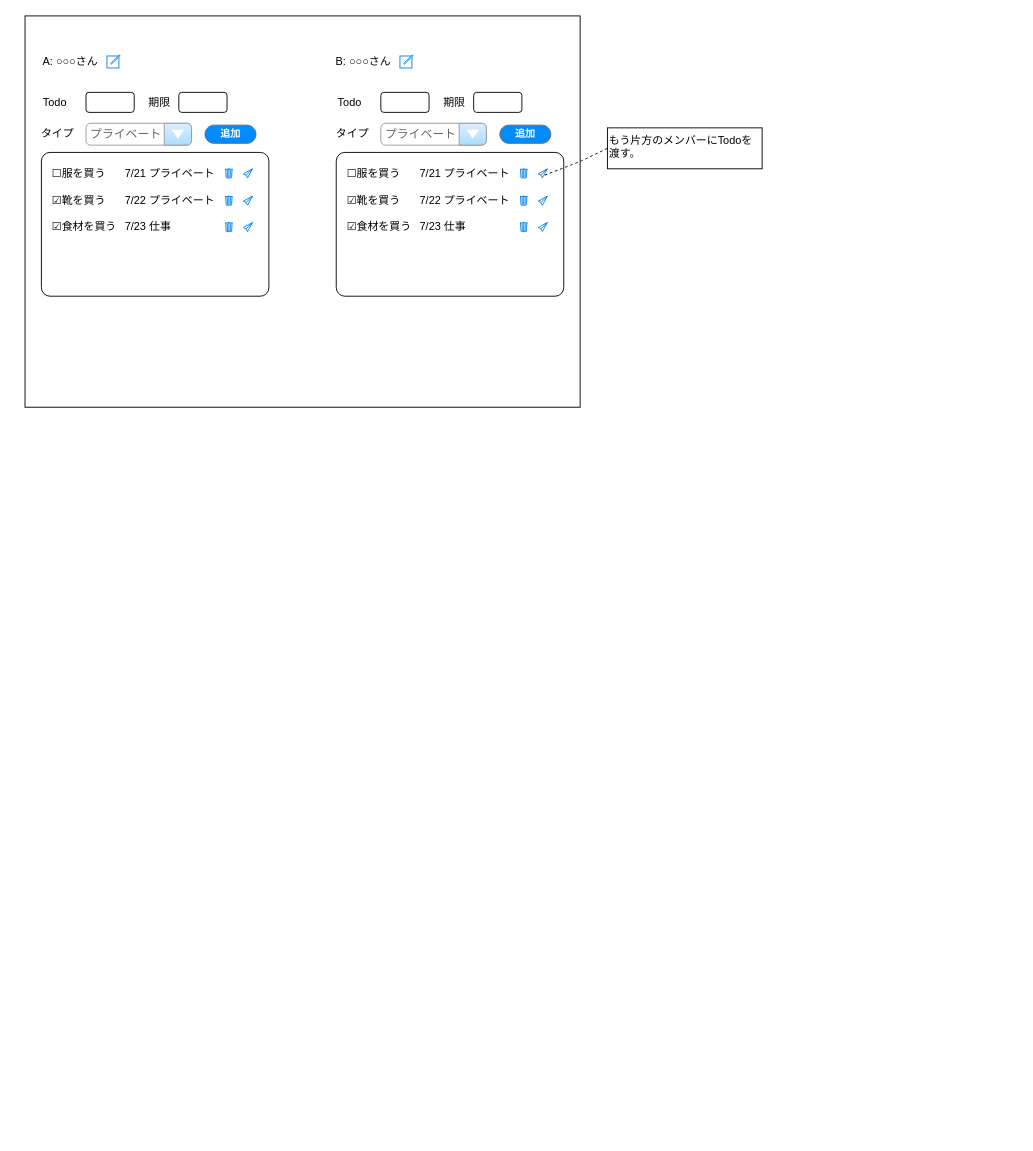
atman-33/system-dev-docs keeps this draw.io diagram as page "画面" (2 of 2) of ddd/ddd-sample-app-cs/docs/ドメインモデル.drawio. Above is the earlier version. Source tidied: cells renumbered, new cells numbered last; positions are measured from the earlier drawing's top-left corner, leaving out a move shared by most shapes. Both pictures are drawn from the tidied source at 91%, with x=0, y=0 at pixel (25, 15).
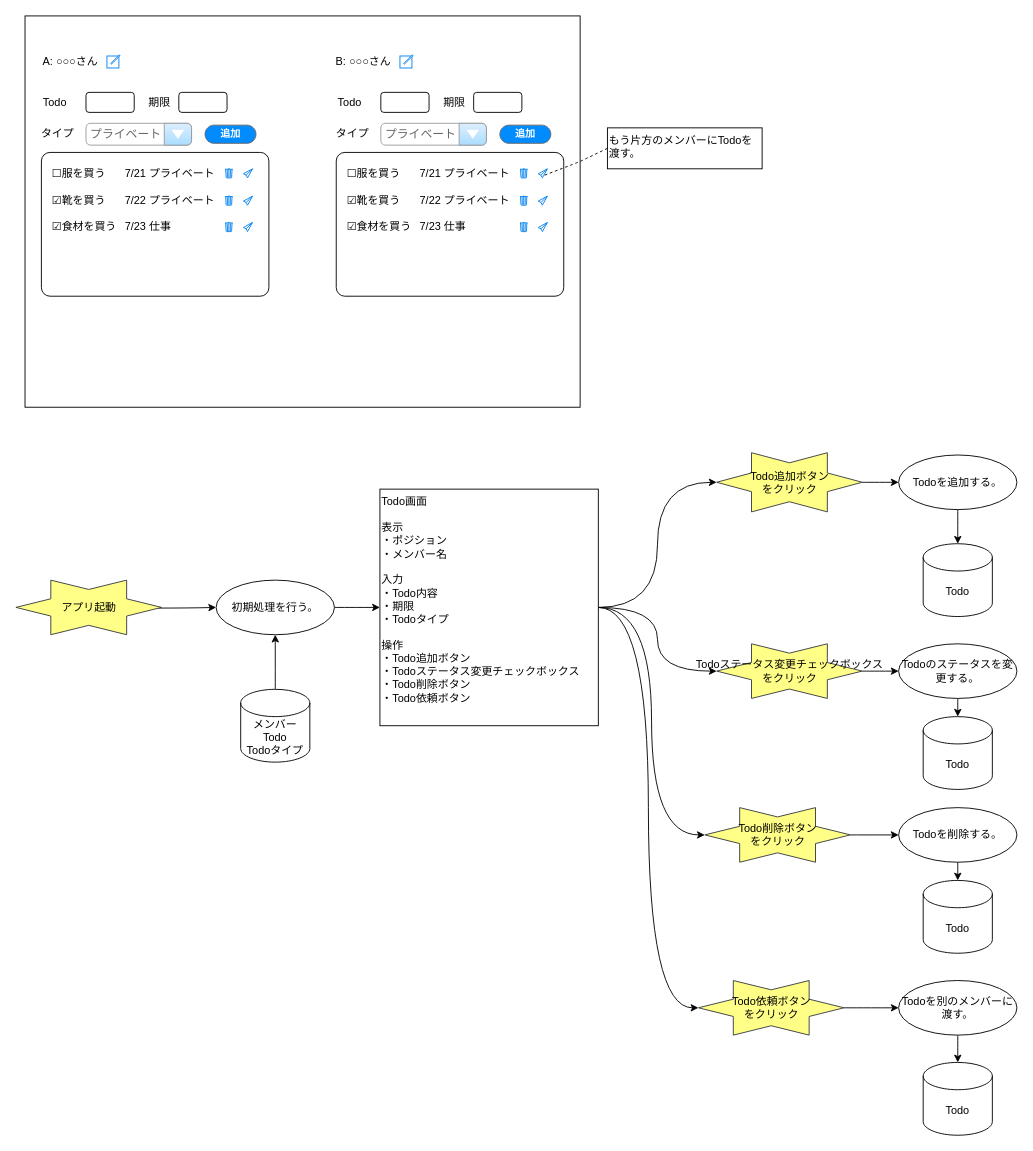
The same page after the edit.

Change to the diagram source:
```diff
@@
+    <mxCell id="39" style="edgeStyle=orthogonalEdgeStyle;curved=1;html=1;exitX=1;exitY=0.5;exitDx=0;exitDy=0;entryX=0;entryY=0.5;entryDx=0;entryDy=0;entryPerimeter=0;endArrow=classic;endFill=1;" parent="1" edge="1" source="43" target="63">
+      <mxGeometry relative="1" as="geometry" />
+    </mxCell>
+    <mxCell id="40" style="edgeStyle=orthogonalEdgeStyle;curved=1;html=1;exitX=1;exitY=0.5;exitDx=0;exitDy=0;entryX=0;entryY=0.5;entryDx=0;entryDy=0;entryPerimeter=0;endArrow=classic;endFill=1;" parent="1" edge="1" source="43" target="65">
+      <mxGeometry relative="1" as="geometry" />
+    </mxCell>
+    <mxCell id="41" style="edgeStyle=orthogonalEdgeStyle;curved=1;html=1;exitX=1;exitY=0.5;exitDx=0;exitDy=0;entryX=0;entryY=0.5;entryDx=0;entryDy=0;entryPerimeter=0;endArrow=classic;endFill=1;" parent="1" edge="1" source="43" target="67">
+      <mxGeometry relative="1" as="geometry" />
+    </mxCell>
+    <mxCell id="42" style="edgeStyle=orthogonalEdgeStyle;curved=1;html=1;exitX=1;exitY=0.5;exitDx=0;exitDy=0;entryX=0;entryY=0.5;entryDx=0;entryDy=0;entryPerimeter=0;endArrow=classic;endFill=1;" parent="1" edge="1" source="43" target="69">
+      <mxGeometry relative="1" as="geometry" />
+    </mxCell>
+    <mxCell id="43" value="Todo画面&lt;br&gt;&lt;br&gt;表示&lt;br&gt;・ポジション&lt;br&gt;・メンバー名&lt;br&gt;&lt;br&gt;入力&lt;br&gt;・Todo内容&lt;br&gt;・期限&lt;br&gt;・Todoタイプ&lt;br&gt;&lt;br&gt;操作&lt;br&gt;・Todo追加ボタン&lt;br&gt;・Todoステータス変更チェックボックス&lt;br&gt;・Todo削除ボタン&lt;br&gt;・Todo依頼ボタン" style="rounded=0;whiteSpace=wrap;html=1;align=left;verticalAlign=top;" parent="1" vertex="1">
+      <mxGeometry x="390" y="520" width="240" height="260" as="geometry" />
+    </mxCell>
+    <mxCell id="44" style="edgeStyle=orthogonalEdgeStyle;html=1;exitX=0.966;exitY=0.512;exitDx=0;exitDy=0;exitPerimeter=0;entryX=0;entryY=0.5;entryDx=0;entryDy=0;endArrow=classic;endFill=1;curved=1;" parent="1" edge="1" source="61" target="46">
+      <mxGeometry relative="1" as="geometry" />
+    </mxCell>
+    <mxCell id="45" style="edgeStyle=orthogonalEdgeStyle;curved=1;html=1;exitX=1;exitY=0.5;exitDx=0;exitDy=0;entryX=0;entryY=0.5;entryDx=0;entryDy=0;endArrow=classic;endFill=1;" parent="1" edge="1" source="46" target="43">
+      <mxGeometry relative="1" as="geometry" />
+    </mxCell>
+    <mxCell id="46" value="初期処理を行う。" style="ellipse;whiteSpace=wrap;html=1;" parent="1" vertex="1">
+      <mxGeometry x="210" y="620" width="130" height="60" as="geometry" />
+    </mxCell>
+    <mxCell id="47" style="edgeStyle=orthogonalEdgeStyle;html=1;exitX=0.5;exitY=0;exitDx=0;exitDy=0;exitPerimeter=0;entryX=0.5;entryY=1;entryDx=0;entryDy=0;endArrow=classic;endFill=1;curved=1;" parent="1" edge="1" source="48" target="46">
+      <mxGeometry relative="1" as="geometry" />
+    </mxCell>
+    <mxCell id="48" value="メンバー&lt;br&gt;Todo&lt;br&gt;Todoタイプ" style="shape=cylinder3;whiteSpace=wrap;html=1;boundedLbl=1;backgroundOutline=1;size=15;" parent="1" vertex="1">
+      <mxGeometry x="237" y="740" width="76" height="80" as="geometry" />
+    </mxCell>
+    <mxCell id="49" style="edgeStyle=orthogonalEdgeStyle;curved=1;html=1;exitX=0.5;exitY=1;exitDx=0;exitDy=0;entryX=0.5;entryY=0;entryDx=0;entryDy=0;entryPerimeter=0;endArrow=classic;endFill=1;" parent="1" edge="1" source="50" target="57">
+      <mxGeometry relative="1" as="geometry" />
+    </mxCell>
+    <mxCell id="50" value="Todoを追加する。" style="ellipse;whiteSpace=wrap;html=1;" parent="1" vertex="1">
+      <mxGeometry x="960" y="482.5" width="130" height="60" as="geometry" />
+    </mxCell>
+    <mxCell id="51" style="edgeStyle=orthogonalEdgeStyle;curved=1;html=1;exitX=0.5;exitY=1;exitDx=0;exitDy=0;entryX=0.5;entryY=0;entryDx=0;entryDy=0;entryPerimeter=0;endArrow=classic;endFill=1;" parent="1" edge="1" source="52" target="58">
+      <mxGeometry relative="1" as="geometry" />
+    </mxCell>
+    <mxCell id="52" value="Todoのステータスを変更する。" style="ellipse;whiteSpace=wrap;html=1;" parent="1" vertex="1">
+      <mxGeometry x="960" y="690" width="130" height="60" as="geometry" />
+    </mxCell>
+    <mxCell id="53" style="edgeStyle=orthogonalEdgeStyle;curved=1;html=1;exitX=0.5;exitY=1;exitDx=0;exitDy=0;endArrow=classic;endFill=1;" parent="1" edge="1" source="54" target="59">
+      <mxGeometry relative="1" as="geometry" />
+    </mxCell>
+    <mxCell id="54" value="Todoを削除する。" style="ellipse;whiteSpace=wrap;html=1;" parent="1" vertex="1">
+      <mxGeometry x="960" y="870" width="130" height="60" as="geometry" />
+    </mxCell>
+    <mxCell id="55" style="edgeStyle=orthogonalEdgeStyle;curved=1;html=1;exitX=0.5;exitY=1;exitDx=0;exitDy=0;entryX=0.5;entryY=0;entryDx=0;entryDy=0;entryPerimeter=0;endArrow=classic;endFill=1;" parent="1" edge="1" source="56" target="60">
+      <mxGeometry relative="1" as="geometry" />
+    </mxCell>
+    <mxCell id="56" value="Todoを別のメンバーに渡す。" style="ellipse;whiteSpace=wrap;html=1;" parent="1" vertex="1">
+      <mxGeometry x="960" y="1060" width="130" height="60" as="geometry" />
+    </mxCell>
+    <mxCell id="57" value="Todo" style="shape=cylinder3;whiteSpace=wrap;html=1;boundedLbl=1;backgroundOutline=1;size=15;" parent="1" vertex="1">
+      <mxGeometry x="987" y="580" width="76" height="80" as="geometry" />
+    </mxCell>
+    <mxCell id="58" value="Todo" style="shape=cylinder3;whiteSpace=wrap;html=1;boundedLbl=1;backgroundOutline=1;size=15;" parent="1" vertex="1">
+      <mxGeometry x="987" y="770" width="76" height="80" as="geometry" />
+    </mxCell>
+    <mxCell id="59" value="Todo" style="shape=cylinder3;whiteSpace=wrap;html=1;boundedLbl=1;backgroundOutline=1;size=15;" parent="1" vertex="1">
+      <mxGeometry x="987" y="950" width="76" height="80" as="geometry" />
+    </mxCell>
+    <mxCell id="60" value="Todo" style="shape=cylinder3;whiteSpace=wrap;html=1;boundedLbl=1;backgroundOutline=1;size=15;" parent="1" vertex="1">
+      <mxGeometry x="987" y="1150" width="76" height="80" as="geometry" />
+    </mxCell>
+    <mxCell id="61" value="アプリ起動" style="verticalLabelPosition=middle;verticalAlign=middle;html=1;shape=mxgraph.basic.6_point_star;fillColor=#ffff88;strokeColor=#36393d;labelPosition=center;align=center;" parent="1" vertex="1">
+      <mxGeometry x="-10" y="620" width="160" height="60" as="geometry" />
+    </mxCell>
+    <mxCell id="62" style="edgeStyle=orthogonalEdgeStyle;curved=1;html=1;exitX=1;exitY=0.5;exitDx=0;exitDy=0;exitPerimeter=0;entryX=0;entryY=0.5;entryDx=0;entryDy=0;endArrow=classic;endFill=1;" parent="1" edge="1" source="63" target="50">
+      <mxGeometry relative="1" as="geometry" />
+    </mxCell>
+    <mxCell id="63" value="Todo追加ボタン&lt;br style=&quot;border-color: var(--border-color);&quot;&gt;をクリック" style="verticalLabelPosition=middle;verticalAlign=middle;html=1;shape=mxgraph.basic.6_point_star;fillColor=#ffff88;strokeColor=#36393d;labelPosition=center;align=center;" parent="1" vertex="1">
+      <mxGeometry x="760" y="480" width="160" height="65" as="geometry" />
+    </mxCell>
+    <mxCell id="64" style="edgeStyle=orthogonalEdgeStyle;curved=1;html=1;exitX=1;exitY=0.5;exitDx=0;exitDy=0;exitPerimeter=0;entryX=0;entryY=0.5;entryDx=0;entryDy=0;endArrow=classic;endFill=1;" parent="1" edge="1" source="65" target="52">
+      <mxGeometry relative="1" as="geometry" />
+    </mxCell>
+    <mxCell id="65" value="&lt;span style=&quot;border-color: var(--border-color); text-align: left;&quot;&gt;Todoステータス変更チェックボックス&lt;/span&gt;&lt;br style=&quot;border-color: var(--border-color);&quot;&gt;をクリック" style="verticalLabelPosition=middle;verticalAlign=middle;html=1;shape=mxgraph.basic.6_point_star;fillColor=#ffff88;strokeColor=#36393d;labelPosition=center;align=center;" parent="1" vertex="1">
+      <mxGeometry x="760" y="690" width="160" height="60" as="geometry" />
+    </mxCell>
+    <mxCell id="66" style="edgeStyle=orthogonalEdgeStyle;curved=1;html=1;exitX=1;exitY=0.5;exitDx=0;exitDy=0;exitPerimeter=0;entryX=0;entryY=0.5;entryDx=0;entryDy=0;endArrow=classic;endFill=1;" parent="1" edge="1" source="67" target="54">
+      <mxGeometry relative="1" as="geometry" />
+    </mxCell>
+    <mxCell id="67" value="&lt;span style=&quot;border-color: var(--border-color); text-align: left;&quot;&gt;Todo削除ボタン&lt;/span&gt;&lt;br style=&quot;border-color: var(--border-color);&quot;&gt;をクリック" style="verticalLabelPosition=middle;verticalAlign=middle;html=1;shape=mxgraph.basic.6_point_star;fillColor=#ffff88;strokeColor=#36393d;labelPosition=center;align=center;" parent="1" vertex="1">
+      <mxGeometry x="747" y="870" width="160" height="60" as="geometry" />
+    </mxCell>
+    <mxCell id="68" style="edgeStyle=orthogonalEdgeStyle;curved=1;html=1;exitX=1;exitY=0.5;exitDx=0;exitDy=0;exitPerimeter=0;entryX=0;entryY=0.5;entryDx=0;entryDy=0;endArrow=classic;endFill=1;" parent="1" edge="1" source="69" target="56">
+      <mxGeometry relative="1" as="geometry" />
+    </mxCell>
+    <mxCell id="69" value="&lt;span style=&quot;border-color: var(--border-color); text-align: left;&quot;&gt;Todo依頼ボタン&lt;/span&gt;&lt;br style=&quot;border-color: var(--border-color);&quot;&gt;をクリック" style="verticalLabelPosition=middle;verticalAlign=middle;html=1;shape=mxgraph.basic.6_point_star;fillColor=#ffff88;strokeColor=#36393d;labelPosition=center;align=center;" parent="1" vertex="1">
+      <mxGeometry x="740" y="1060" width="160" height="60" as="geometry" />
+    </mxCell>
```
